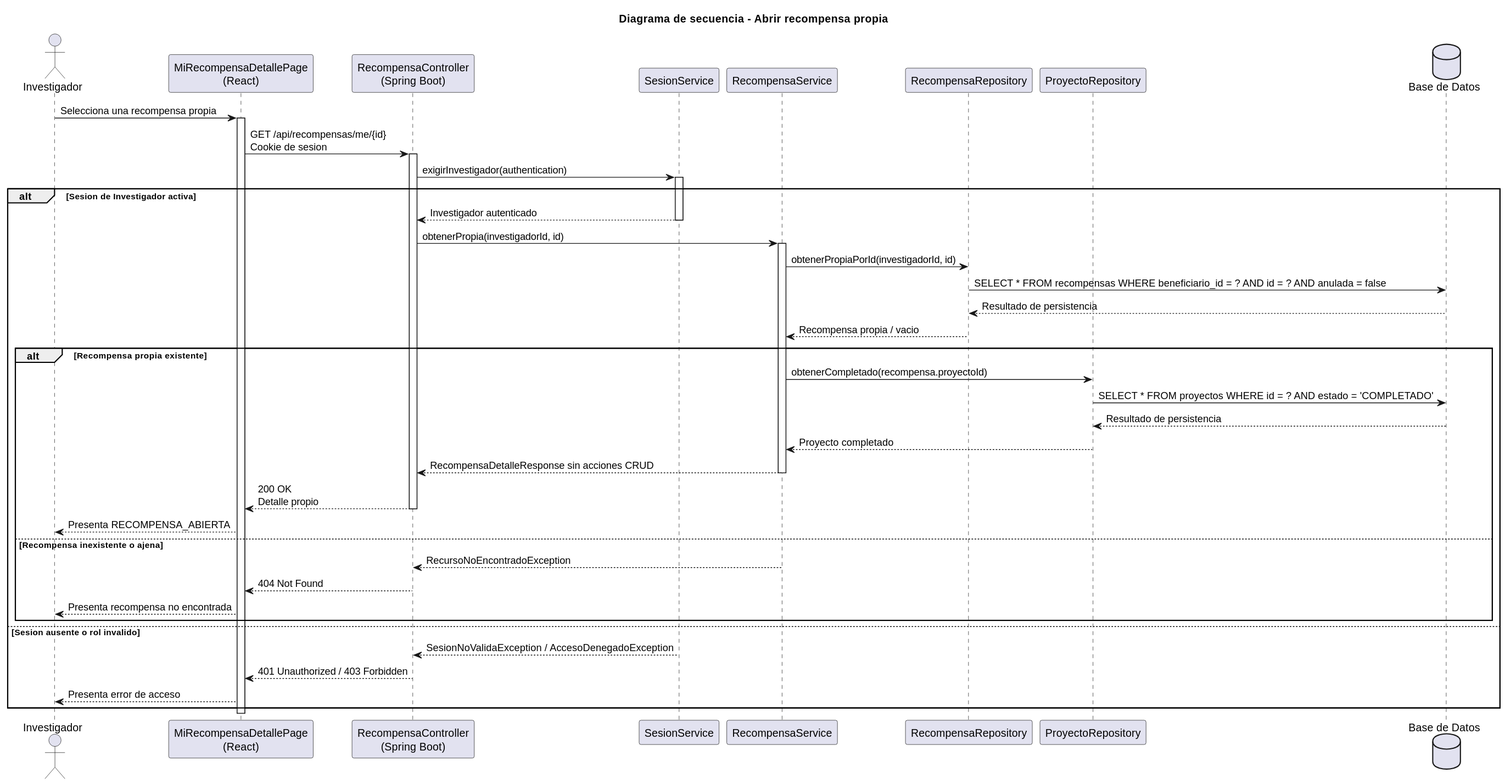
Earlier version of the PlantUML export images/RUP/02-diseño/casos-uso/investigador/abrirRecompensa/secuencia.svg (beatriizorozco/25-26-idsw2-sdVC).
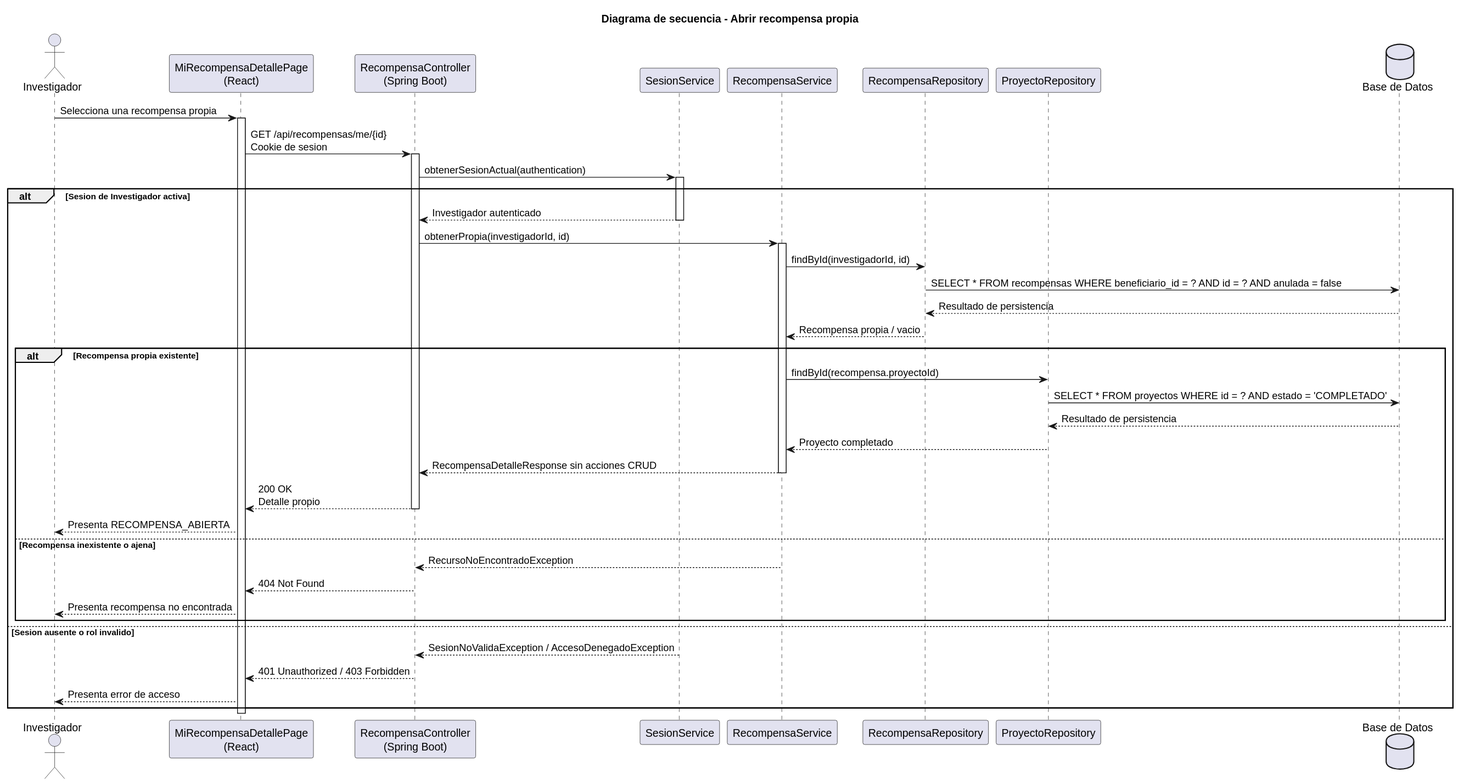
Above is the later version.

The edit, as a diff of the source:
```diff
@@ -14,19 +14,19 @@
 activate Frontend
 Frontend -> Api: GET /api/recompensas/me/{id}\nCookie de sesion
 activate Api
-Api -> Sesion: exigirInvestigador(authentication)
+Api -> Sesion: obtenerSesionActual(authentication)
 activate Sesion
 alt Sesion de Investigador activa
     Sesion --> Api: Investigador autenticado
     deactivate Sesion
     Api -> Service: obtenerPropia(investigadorId, id)
     activate Service
-    Service -> Repo: obtenerPropiaPorId(investigadorId, id)
+    Service -> Repo: findById(investigadorId, id)
     Repo -> DB: SELECT * FROM recompensas WHERE beneficiario_id = ? AND id = ? AND anulada = false
     DB --> Repo: Resultado de persistencia
     Repo --> Service: Recompensa propia / vacio
     alt Recompensa propia existente
-        Service -> ProyectoRepo: obtenerCompletado(recompensa.proyectoId)
+        Service -> ProyectoRepo: findById(recompensa.proyectoId)
         ProyectoRepo -> DB: SELECT * FROM proyectos WHERE id = ? AND estado = 'COMPLETADO'
         DB --> ProyectoRepo: Resultado de persistencia
         ProyectoRepo --> Service: Proyecto completado
```
